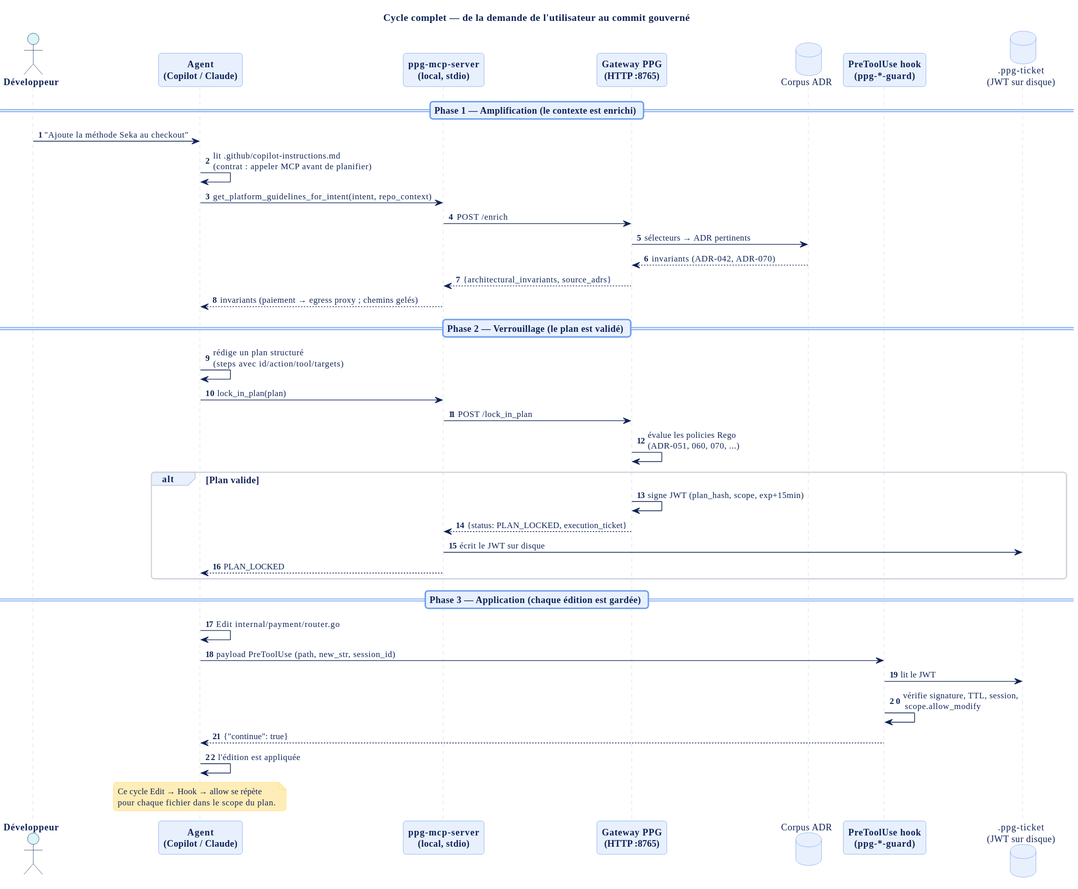
The PlantUML diagram documentation_french/diagrams/seq-cycle-complet.svg in owulveryck/poc-agentic-platform, before a commit.
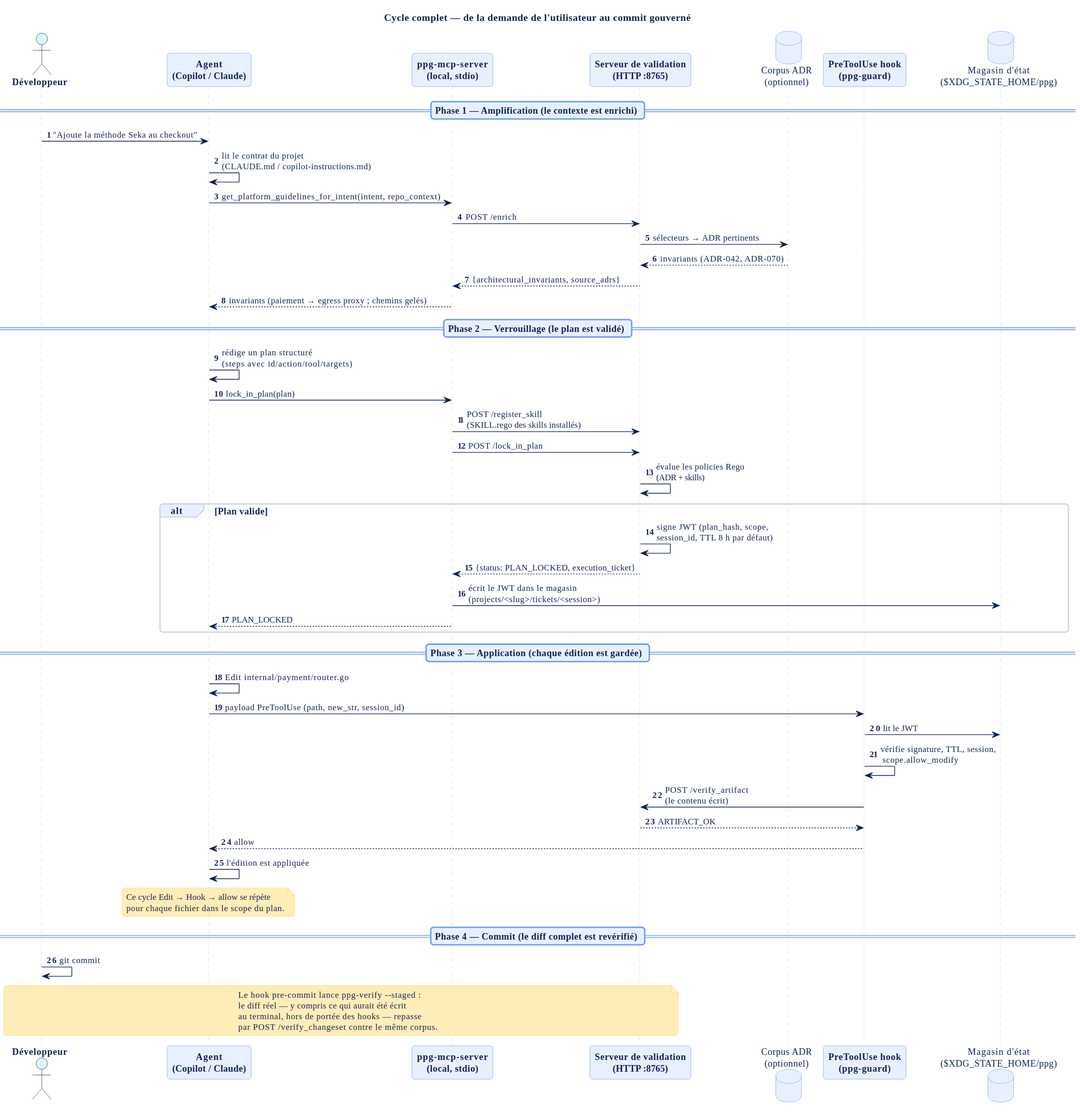
After the commit.

Diff of the diagram source:
```diff
@@ -7,14 +7,14 @@
 actor "Développeur" as Dev
 participant "Agent\n(Copilot / Claude)" as Agent
 participant "ppg-mcp-server\n(local, stdio)" as MCP
-participant "Gateway PPG\n(HTTP :8765)" as PPG
-database "Corpus ADR" as ADR
-participant "PreToolUse hook\n(ppg-*-guard)" as Hook
-database ".ppg-ticket\n(JWT sur disque)" as Ticket
+participant "Serveur de validation\n(HTTP :8765)" as PPG
+database "Corpus ADR\n(optionnel)" as ADR
+participant "PreToolUse hook\n(ppg-guard)" as Hook
+database "Magasin d'état\n($XDG_STATE_HOME/ppg)" as Ticket
 
 == Phase 1 — Amplification (le contexte est enrichi) ==
 Dev -> Agent : "Ajoute la méthode Seka au checkout"
-Agent -> Agent : lit .github/copilot-instructions.md\n(contrat : appeler MCP avant de planifier)
+Agent -> Agent : lit le contrat du projet\n(CLAUDE.md / copilot-instructions.md)
 Agent -> MCP : get_platform_guidelines_for_intent(intent, repo_context)
 MCP -> PPG : POST /enrich
 PPG -> ADR : sélecteurs → ADR pertinents
@@ -25,12 +25,13 @@
 == Phase 2 — Verrouillage (le plan est validé) ==
 Agent -> Agent : rédige un plan structuré\n(steps avec id/action/tool/targets)
 Agent -> MCP : lock_in_plan(plan)
+MCP -> PPG : POST /register_skill\n(SKILL.rego des skills installés)
 MCP -> PPG : POST /lock_in_plan
-PPG -> PPG : évalue les policies Rego\n(ADR-051, 060, 070, ...)
+PPG -> PPG : évalue les policies Rego\n(ADR + skills)
 alt Plan valide
-  PPG -> PPG : signe JWT (plan_hash, scope, exp+15min)
+  PPG -> PPG : signe JWT (plan_hash, scope,\nsession_id, TTL 8 h par défaut)
   PPG --> MCP : {status: PLAN_LOCKED, execution_ticket}
-  MCP -> Ticket : écrit le JWT sur disque
+  MCP -> Ticket : écrit le JWT dans le magasin\n(projects/<slug>/tickets/<session>)
   MCP --> Agent : PLAN_LOCKED
 end
 
@@ -39,10 +40,21 @@
 Agent -> Hook : payload PreToolUse (path, new_str, session_id)
 Hook -> Ticket : lit le JWT
 Hook -> Hook : vérifie signature, TTL, session,\n scope.allow_modify
-Hook --> Agent : {"continue": true}
+Hook -> PPG : POST /verify_artifact\n(le contenu écrit)
+PPG --> Hook : ARTIFACT_OK
+Hook --> Agent : allow
 Agent -> Agent : l'édition est appliquée
 note over Agent
   Ce cycle Edit → Hook → allow se répète
   pour chaque fichier dans le scope du plan.
 end note
+
+== Phase 4 — Commit (le diff complet est revérifié) ==
+Dev -> Dev : git commit
+note over Dev, PPG
+  Le hook pre-commit lance ppg-verify --staged :
+  le diff réel — y compris ce qui aurait été écrit
+  au terminal, hors de portée des hooks — repasse
+  par POST /verify_changeset contre le même corpus.
+end note
 @enduml
```
